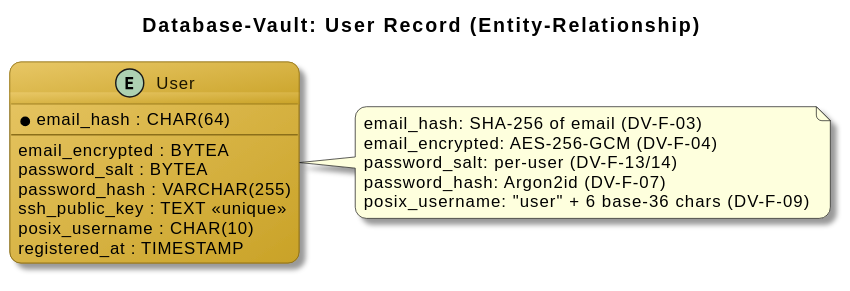
Before: docs/design/diagrams/rendered/data/06-er-database-vault.svg, a diagram exported from PlantUML (Verryx-02/RAM-USB).
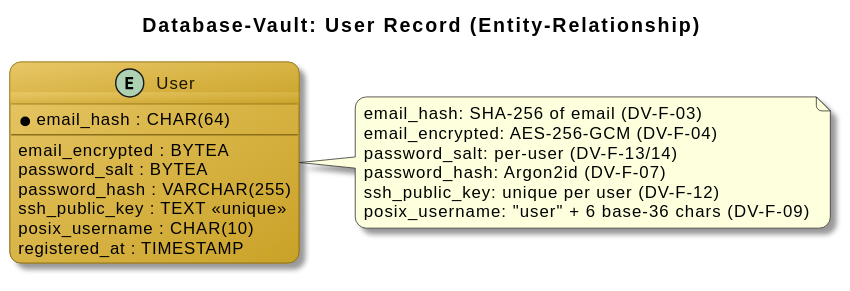
After the commit.

What changed in the source:
```diff
@@ -28,6 +28,7 @@
   email_encrypted: AES-256-GCM (DV-F-04)
   password_salt: per-user (DV-F-13/14)
   password_hash: Argon2id (DV-F-07)
+  ssh_public_key: unique per user (DV-F-12)
   posix_username: "user" + 6 base-36 chars (DV-F-09)
 end note
 @enduml
```
